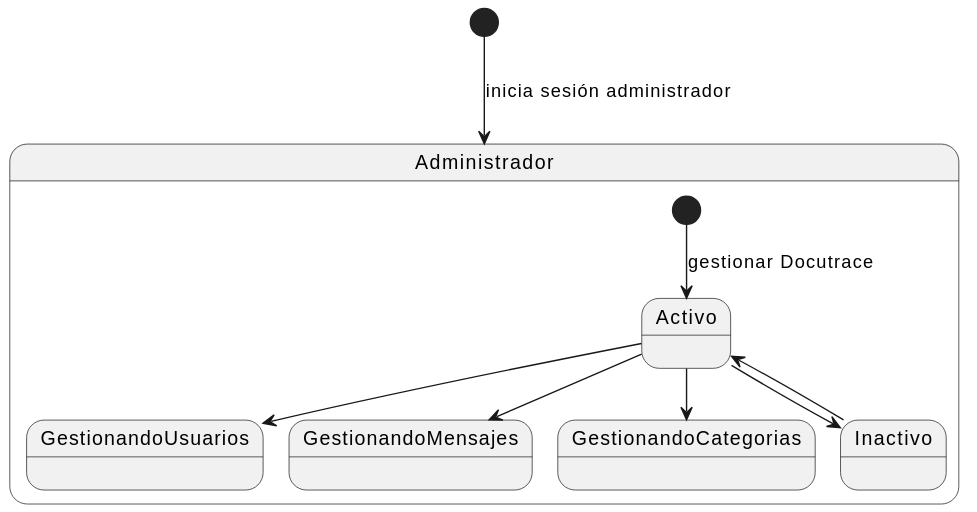
Above: docs/modeloDeDominio/diagramaDeEstados/TerceraIteracion/Administrador/diagrama_de_estados_administrador.svg in mmasias/24-25-IdSw1-SDR (PlantUML), before the change.
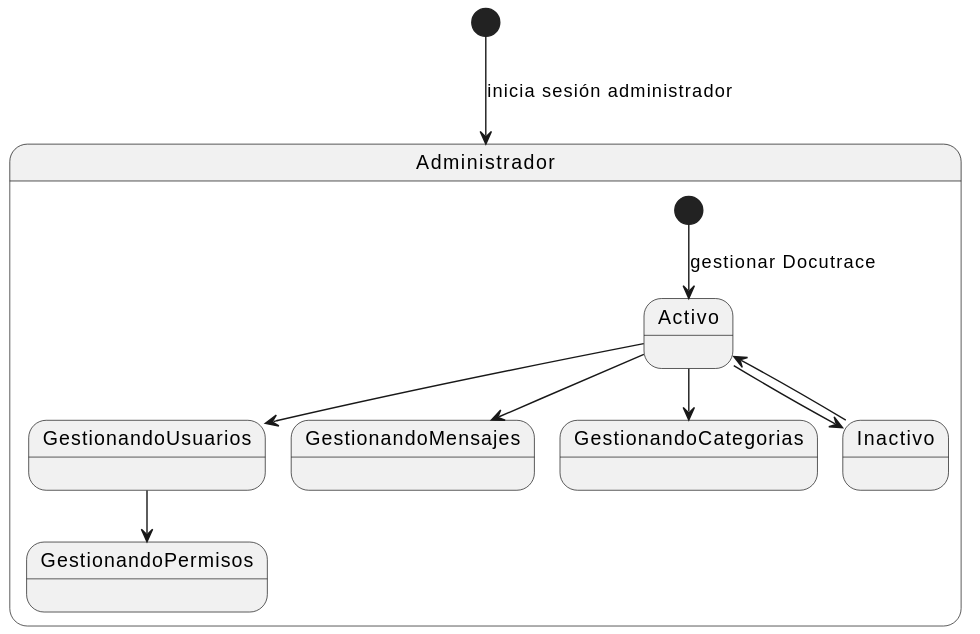
After the commit.

Commit message:
docs: agregar transición para gestionar permisos en el diagrama de estados del administrador

Change to the diagram source:
```diff
@@ -1,16 +1,17 @@
 @startuml
 [*] --> Administrador: inicia sesión administrador
 
-state Administrador {
+  state Administrador {
 
-  [*]-->Activo: gestionar Docutrace
+    [*]-->Activo: gestionar Docutrace
 
-  Activo --> GestionandoUsuarios
-  Activo --> GestionandoMensajes
-  Activo --> GestionandoCategorias
+    Activo --> GestionandoUsuarios
+    GestionandoUsuarios --> GestionandoPermisos
+    Activo --> GestionandoMensajes
+    Activo --> GestionandoCategorias
 
-  Activo --> Inactivo
-  Inactivo --> Activo
+    Activo --> Inactivo
+    Inactivo --> Activo
 
-}
+  }
 @enduml
```
